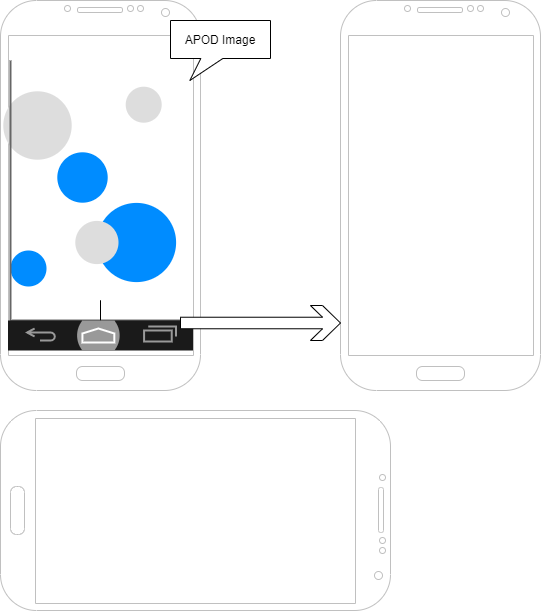
Before: docs/wireframe.png, a diagram exported from draw.io (stevezun/nasa-apod-v2). Source tidied: cells renumbered, new cells last; positions are measured from the earlier drawing's top-left corner, leaving out a move shared by most shapes.
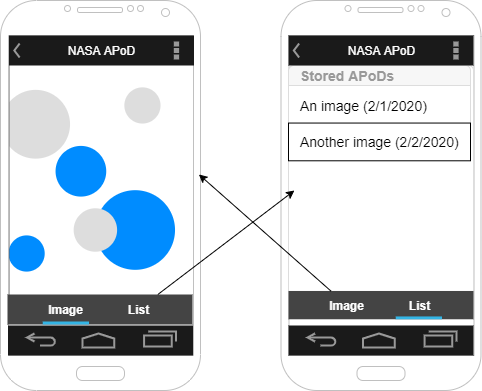
The same file after the commit.

Diff of the diagram source:
```diff
@@ -2,29 +2,73 @@
   <root>
     <mxCell id="0" />
     <mxCell id="1" parent="0" />
-    <mxCell id="2" style="verticalLabelPosition=bottom;verticalAlign=top;html=1;shadow=0;dashed=0;strokeWidth=1;shape=mxgraph.android.phone2;strokeColor=#c0c0c0;" parent="1" vertex="1">
-      <mxGeometry width="200" height="390" as="geometry" />
-    </mxCell>
-    <mxCell id="3" style="verticalLabelPosition=bottom;shadow=0;dashed=0;align=center;html=1;verticalAlign=top;strokeWidth=1;shape=mxgraph.mockup.graphics.bubbleChart;strokeColor=none;strokeColor2=none;strokeColor3=#666666;fillColor2=#008cff;fillColor3=#dddddd;" parent="1" vertex="1">
-      <mxGeometry x="10" y="60" width="180" height="260" as="geometry" />
-    </mxCell>
-    <mxCell id="4" value="APOD Image" style="whiteSpace=wrap;html=1;shape=mxgraph.basic.rectCallout;dx=41.33;dy=22;boundedLbl=1;" parent="1" vertex="1">
-      <mxGeometry x="170" y="20" width="100" height="60" as="geometry" />
-    </mxCell>
-    <mxCell id="5" style="edgeStyle=orthogonalEdgeStyle;rounded=0;jettySize=auto;html=1;" parent="1" edge="1" source="6" target="3">
-      <mxGeometry relative="1" as="geometry" />
-    </mxCell>
-    <mxCell id="6" style="verticalLabelPosition=bottom;verticalAlign=top;html=1;shadow=0;dashed=0;strokeWidth=2;shape=mxgraph.android.navigation_bar_3;fillColor=#1A1A1A;strokeColor=#999999;" parent="1" vertex="1">
-      <mxGeometry x="7.5" y="320" width="185" height="30" as="geometry" />
-    </mxCell>
-    <mxCell id="7" style="verticalLabelPosition=bottom;verticalAlign=top;html=1;shadow=0;dashed=0;strokeWidth=1;shape=mxgraph.android.phone2;strokeColor=#c0c0c0;" parent="1" vertex="1">
-      <mxGeometry x="340" width="200" height="390" as="geometry" />
-    </mxCell>
-    <mxCell id="8" style="html=1;shadow=0;dashed=0;align=center;verticalAlign=middle;shape=mxgraph.arrows2.sharpArrow;dy1=0.67;dx1=18;dx2=18;notch=0;" parent="1" vertex="1">
-      <mxGeometry x="180" y="305" width="160" height="35" as="geometry" />
-    </mxCell>
-    <mxCell id="9" style="verticalLabelPosition=bottom;verticalAlign=top;html=1;shadow=0;dashed=0;strokeWidth=1;shape=mxgraph.android.phone2;strokeColor=#c0c0c0;direction=south;" parent="1" vertex="1">
-      <mxGeometry y="410" width="390" height="200" as="geometry" />
-    </mxCell>
+    <mxCell id="10" style="verticalLabelPosition=bottom;shadow=0;dashed=0;align=center;html=1;verticalAlign=top;strokeWidth=1;shape=mxgraph.mockup.graphics.bubbleChart;strokeColor=none;strokeColor2=none;strokeColor3=#666666;fillColor2=#008cff;fillColor3=#dddddd;fontSize=14;" parent="1" vertex="1">
+      <mxGeometry x="18" y="65" width="181" height="235" as="geometry" />
+    </mxCell>
+    <mxCell id="11" style="verticalLabelPosition=bottom;verticalAlign=top;html=1;shadow=0;dashed=0;strokeWidth=1;shape=mxgraph.android.phone2;strokeColor=#c0c0c0;" parent="1" vertex="1">
+      <mxGeometry x="10" width="200" height="390" as="geometry" />
+    </mxCell>
+    <mxCell id="12" value="NASA APoD" style="strokeWidth=1;html=1;shadow=0;dashed=0;shape=mxgraph.android.action_bar;fillColor=#1A1A1A;strokeColor=#c0c0c0;strokeWidth=2;fontColor=#FFFFFF;" parent="1" vertex="1">
+      <mxGeometry x="18.5" y="35" width="185" height="30" as="geometry" />
+    </mxCell>
+    <mxCell id="13" style="verticalLabelPosition=bottom;verticalAlign=top;html=1;shadow=0;dashed=0;strokeWidth=2;shape=mxgraph.android.navigation_bar_1;fillColor=#1A1A1A;strokeColor=#999999;" parent="1" vertex="1">
+      <mxGeometry x="17.5" y="325" width="185" height="30" as="geometry" />
+    </mxCell>
+    <mxCell id="14" value="&lt;span style=&quot;color: rgba(0 , 0 , 0 , 0) ; font-family: monospace ; font-size: 0px&quot;&gt;%3CmxGraphModel%3E%3Croot%3E%3CmxCell%20id%3D%220%22%2F%3E%3CmxCell%20id%3D%221%22%20parent%3D%220%22%2F%3E%3CmxCell%20id%3D%222%22%20value%3D%22%22%20style%3D%22verticalLabelPosition%3Dbottom%3BverticalAlign%3Dtop%3Bhtml%3D1%3Bshadow%3D0%3Bdashed%3D0%3BstrokeWidth%3D1%3Bshape%3Dmxgraph.android.phone2%3BstrokeColor%3D%23c0c0c0%3B%22%20vertex%3D%221%22%20parent%3D%221%22%3E%3CmxGeometry%20x%3D%2268%22%20y%3D%2240%22%20width%3D%22200%22%20height%3D%22390%22%20as%3D%22geometry%22%2F%3E%3C%2FmxCell%3E%3CmxCell%20id%3D%223%22%20value%3D%22NASA%20APoD%22%20style%3D%22strokeWidth%3D1%3Bhtml%3D1%3Bshadow%3D0%3Bdashed%3D0%3Bshape%3Dmxgraph.android.action_bar%3BfillColor%3D%231A1A1A%3BstrokeColor%3D%23c0c0c0%3BstrokeWidth%3D2%3BfontColor%3D%23FFFFFF%3B%22%20vertex%3D%221%22%20parent%3D%221%22%3E%3CmxGeometry%20x%3D%2276%22%20y%3D%2275%22%20width%3D%22185%22%20height%3D%2230%22%20as%3D%22geometry%22%2F%3E%3C%2FmxCell%3E%3CmxCell%20id%3D%224%22%20value%3D%22%22%20style%3D%22verticalLabelPosition%3Dbottom%3BverticalAlign%3Dtop%3Bhtml%3D1%3Bshadow%3D0%3Bdashed%3D0%3BstrokeWidth%3D2%3Bshape%3Dmxgraph.android.navigation_bar_1%3BfillColor%3D%231A1A1A%3BstrokeColor%3D%23999999%3B%22%20vertex%3D%221%22%20parent%3D%221%22%3E%3CmxGeometry%20x%3D%2276%22%20y%3D%22365%22%20width%3D%22185%22%20height%3D%2230%22%20as%3D%22geometry%22%2F%3E%3C%2FmxCell%3E%3C%2Froot%3E%3C%2FmxGraphModel%3E&lt;/span&gt;" style="text;html=1;align=center;verticalAlign=middle;" parent="1" vertex="1">
+      <mxGeometry x="350" y="202" width="20" height="20" as="geometry" />
+    </mxCell>
+    <mxCell id="15" style="verticalLabelPosition=bottom;verticalAlign=top;html=1;shadow=0;dashed=0;strokeWidth=1;shape=mxgraph.android.phone2;strokeColor=#c0c0c0;" parent="1" vertex="1">
+      <mxGeometry x="290.5" width="200" height="390" as="geometry" />
+    </mxCell>
+    <mxCell id="16" style="verticalLabelPosition=bottom;verticalAlign=top;html=1;shadow=0;dashed=0;strokeWidth=2;shape=mxgraph.android.navigation_bar_1;fillColor=#1A1A1A;strokeColor=#999999;" parent="1" vertex="1">
+      <mxGeometry x="298" y="325" width="185" height="30" as="geometry" />
+    </mxCell>
+    <mxCell id="17" style="html=1;shadow=0;dashed=0;shape=mxgraph.bootstrap.rrect;rSize=5;strokeColor=#dddddd;" parent="1" vertex="1">
+      <mxGeometry x="298" y="65" width="185" height="250" as="geometry" />
+    </mxCell>
+    <mxCell id="18" value="Stored APoDs" style="html=1;shadow=0;dashed=0;shape=mxgraph.bootstrap.topButton;rSize=5;strokeColor=inherit;fillColor=#000000;fillOpacity=3;fontColor=#999999;fontSize=14;fontStyle=1;align=left;spacingLeft=10;whiteSpace=wrap;" parent="17" vertex="1">
+      <mxGeometry width="182" height="20" relative="1" as="geometry" />
+    </mxCell>
+    <mxCell id="19" value="An image (2/1/2020)" style="strokeColor=inherit;fillColor=inherit;gradientColor=inherit;html=1;shadow=0;dashed=0;shape=mxgraph.bootstrap.rect;spacingLeft=10;fontSize=14;align=left;whiteSpace=wrap;" parent="17" vertex="1">
+      <mxGeometry width="182" height="40" relative="1" as="geometry">
+        <mxPoint y="20" as="offset" />
+      </mxGeometry>
+    </mxCell>
+    <mxCell id="20" value="Another image (2/2/2020)" style="rounded=0;whiteSpace=wrap;html=1;align=left;spacingLeft=10;fontSize=14;" parent="17" vertex="1">
+      <mxGeometry y="57.5" width="182" height="37.7" as="geometry" />
+    </mxCell>
+    <mxCell id="21" style="strokeWidth=1;html=1;shadow=0;dashed=0;shape=mxgraph.android.rrect;rSize=0;fillColor=#444444;strokeColor=none;fontSize=14;" parent="17" vertex="1">
+      <mxGeometry y="225.5" width="185" height="28.3" as="geometry" />
+    </mxCell>
+    <mxCell id="22" value="Image" style="strokeWidth=1;html=1;shadow=0;dashed=0;shape=mxgraph.android.rrect;rSize=0;fontStyle=1;fillColor=none;strokeColor=none;fontColor=#ffffff;" parent="21" vertex="1">
+      <mxGeometry x="35.2" width="46.2" height="28.3" as="geometry" />
+    </mxCell>
+    <mxCell id="23" style="strokeWidth=1;html=1;shadow=0;dashed=0;shape=mxgraph.android.rrect;rSize=0;fillColor=#33b5e5;strokeColor=none;" parent="22" vertex="1">
+      <mxGeometry x="72" y="25.5" width="46.2" height="2.8" as="geometry" />
+    </mxCell>
+    <mxCell id="24" value="List" style="strokeWidth=1;html=1;shadow=0;dashed=0;shape=mxgraph.android.anchor;fontStyle=1;fontColor=#ffffff;" parent="21" vertex="1">
+      <mxGeometry x="107.5" width="46.2" height="28.3" as="geometry" />
+    </mxCell>
+    <mxCell id="25" style="strokeWidth=1;html=1;shadow=0;dashed=0;shape=mxgraph.android.rrect;rSize=0;fillColor=#444444;strokeColor=none;fontSize=14;" parent="1" vertex="1">
+      <mxGeometry x="17" y="294" width="185" height="30" as="geometry" />
+    </mxCell>
+    <mxCell id="26" value="Image" style="strokeWidth=1;html=1;shadow=0;dashed=0;shape=mxgraph.android.rrect;rSize=0;fontStyle=1;fillColor=none;strokeColor=none;fontColor=#ffffff;" parent="25" vertex="1">
+      <mxGeometry x="35.2" width="46.2" height="30" as="geometry" />
+    </mxCell>
+    <mxCell id="27" style="strokeWidth=1;html=1;shadow=0;dashed=0;shape=mxgraph.android.rrect;rSize=0;fillColor=#33b5e5;strokeColor=none;" parent="26" vertex="1">
+      <mxGeometry y="27" width="46.2" height="3" as="geometry" />
+    </mxCell>
+    <mxCell id="28" value="List" style="strokeWidth=1;html=1;shadow=0;dashed=0;shape=mxgraph.android.anchor;fontStyle=1;fontColor=#ffffff;" parent="25" vertex="1">
+      <mxGeometry x="107.5" width="46.2" height="30" as="geometry" />
+    </mxCell>
+    <mxCell id="29" style="endArrow=classic;html=1;fontSize=14;entryX=0.032;entryY=0.5;entryDx=0;entryDy=0;entryPerimeter=0;" parent="1" edge="1" source="28" target="17">
+      <mxGeometry relative="1" as="geometry" />
+    </mxCell>
+    <mxCell id="30" style="endArrow=classic;html=1;fontSize=14;entryX=0.992;entryY=0.446;entryDx=0;entryDy=0;entryPerimeter=0;" parent="1" edge="1" source="22" target="11">
+      <mxGeometry relative="1" as="geometry" />
+    </mxCell>
+    <mxCell id="31" value="NASA APoD" style="strokeWidth=1;html=1;shadow=0;dashed=0;shape=mxgraph.android.action_bar;fillColor=#1A1A1A;strokeColor=#c0c0c0;strokeWidth=2;fontColor=#FFFFFF;" parent="1" vertex="1">
+      <mxGeometry x="298" y="35" width="185" height="30" as="geometry" />
+    </mxCell>
   </root>
 </mxGraphModel>
```
